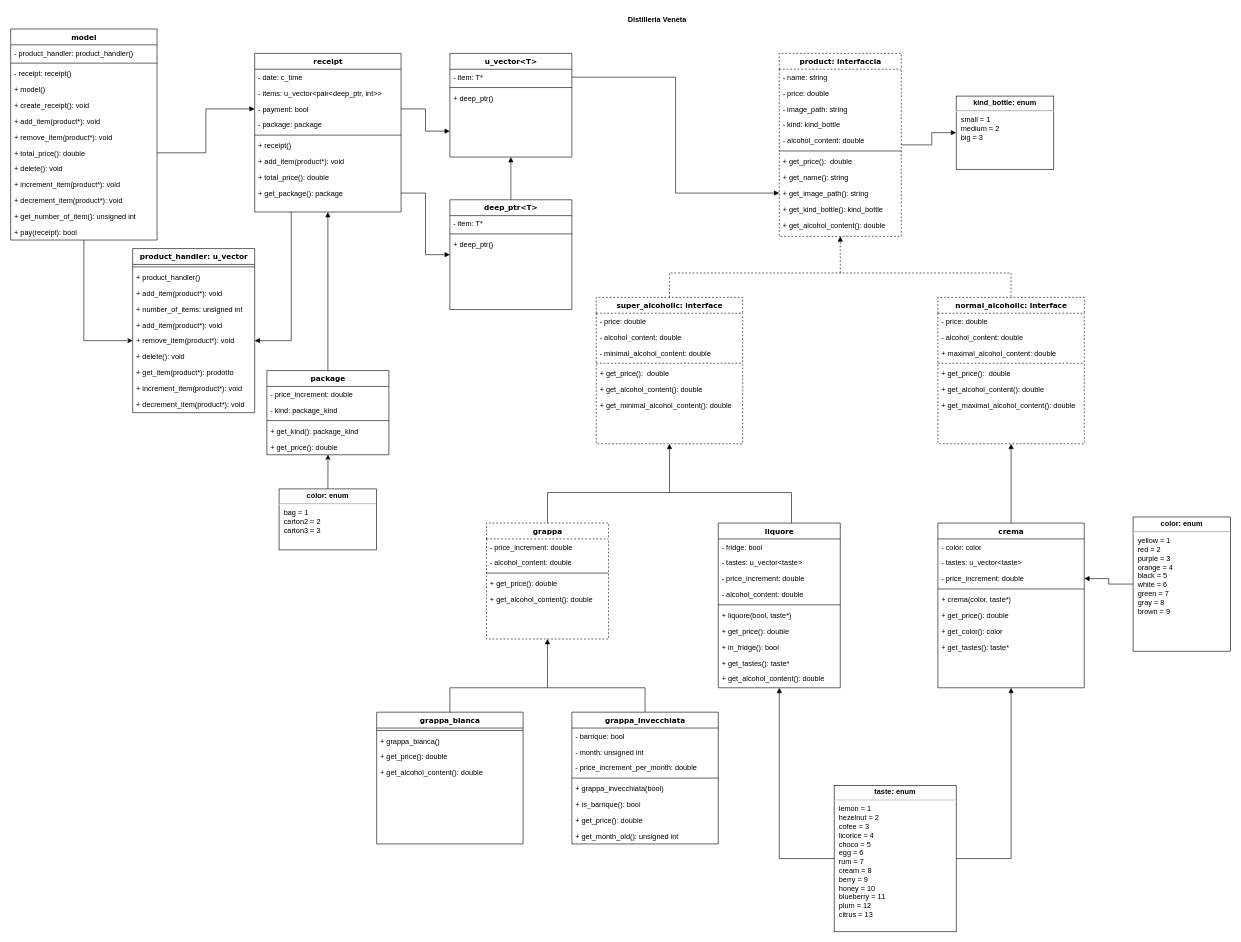
Before: Drawio/Model-PAO.drawio in NicholasPilotto/ProgettoPaO, a draw.io diagram. Source tidied: cells renumbered, new cells numbered last; positions are measured from the earlier drawing's top-left corner, leaving out a move shared by most shapes. Both pictures are drawn from the tidied source at 61%, with x=0, y=0 at pixel (10, 10).
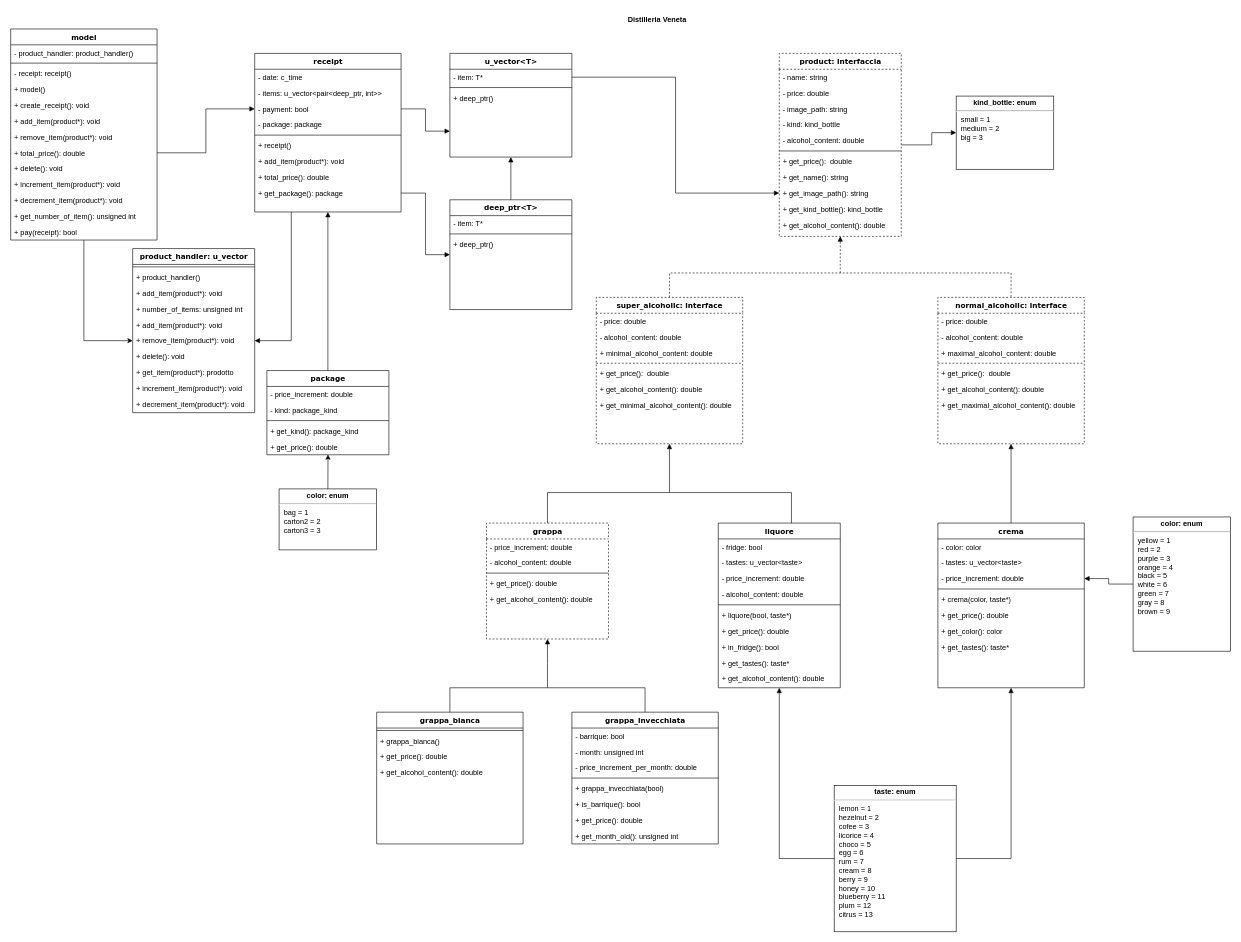
After the change.

Commit message:
minimal_alcohol_content resa variabile pubblica (super_alcoholic)

The change refers to these unchanged cells:
```xml
<mxCell id="94" value="super_alcoholic: interface" style="swimlane;html=1;fontStyle=1;align=center;verticalAlign=top;horizontal=1;startSize=26;swimlaneFillColor=#ffffff;rounded=0;shadow=0;comic=0;labelBackgroundColor=none;strokeWidth=1;fillColor=none;fontFamily=Verdana;fontSize=12;dashed=1;" parent="1" vertex="1">
  <mxGeometry x="960" y="470" width="240" height="240" as="geometry" />
</mxCell>
```

The edit, as a diff of the source:
```diff
@@
-    <mxCell id="97" value="- minimal_alcohol_content: double" style="text;strokeColor=none;fillColor=none;align=left;verticalAlign=top;spacingLeft=4;spacingRight=4;overflow=hidden;dashed=1;" parent="94" vertex="1">
+    <mxCell id="97" value="+ minimal_alcohol_content: double" style="text;strokeColor=none;fillColor=none;align=left;verticalAlign=top;spacingLeft=4;spacingRight=4;overflow=hidden;dashed=1;" parent="94" vertex="1">
       <mxGeometry y="78" width="240" height="26" as="geometry" />
     </mxCell>
```
